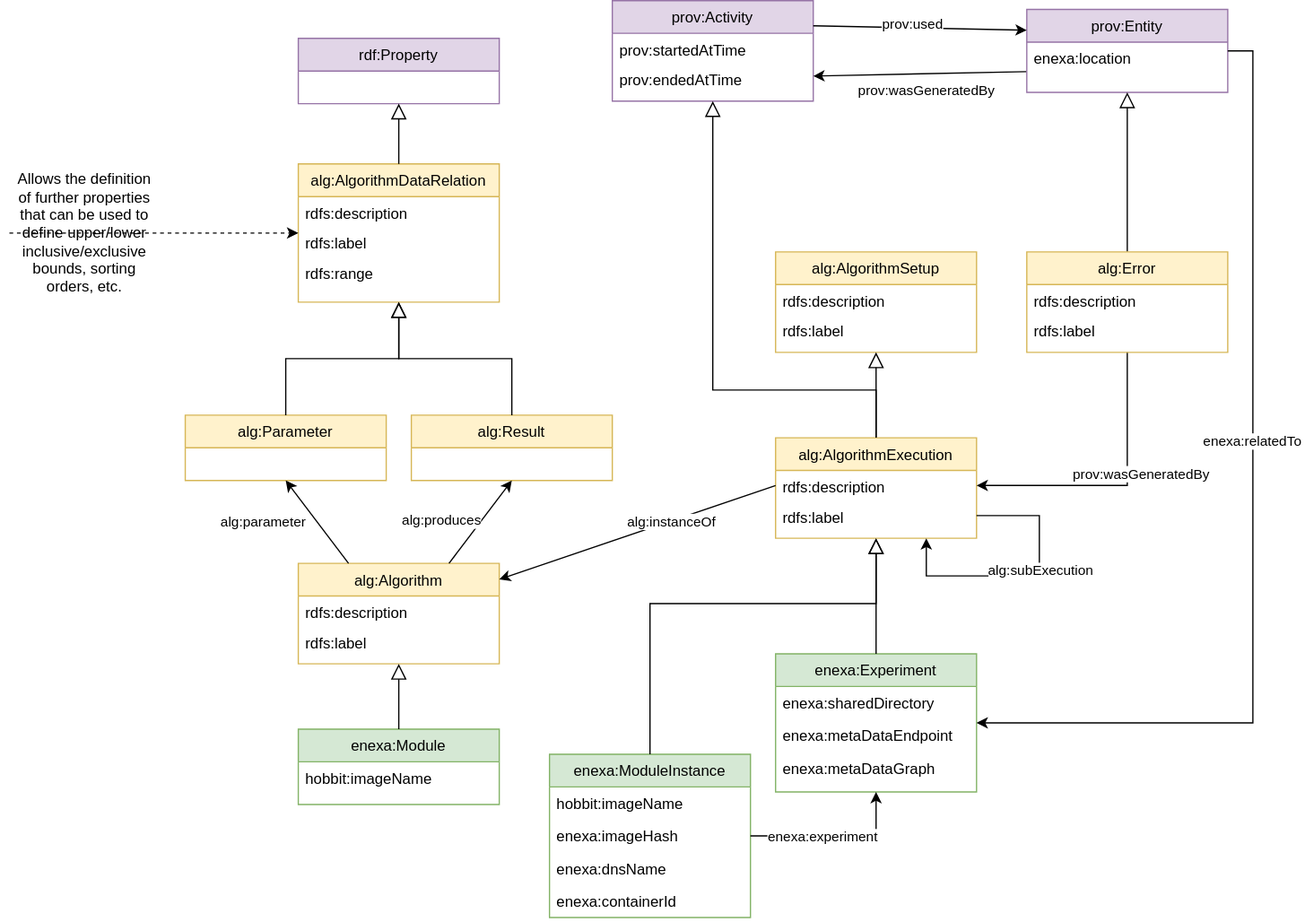
This is images/ENEXA-Ontology.svg from EnexaProject/documentation, a draw.io export, as it was before one commit. Source tidied: cells renumbered, new cells last; positions are measured from the earlier drawing's top-left corner, leaving out a move shared by most shapes. Its diagram source:
```xml
<mxGraphModel>
  <root>
    <mxCell id="0" />
    <mxCell id="1" parent="0" />
    <mxCell id="2" value="prov:Activity" style="swimlane;fontStyle=0;align=center;verticalAlign=top;horizontal=1;startSize=26;rounded=0;shadow=0;strokeWidth=1;fillColor=#e1d5e7;strokeColor=#9673a6;" parent="1" vertex="1">
      <mxGeometry x="480" width="160" height="80" as="geometry" />
    </mxCell>
    <mxCell id="3" value="prov:startedAtTime" style="text;align=left;verticalAlign=top;spacingLeft=4;spacingRight=4;overflow=hidden;" parent="2" vertex="1">
      <mxGeometry y="26" width="160" height="24" as="geometry" />
    </mxCell>
    <mxCell id="4" value="prov:endedAtTime" style="text;align=left;verticalAlign=top;spacingLeft=4;spacingRight=4;overflow=hidden;" parent="2" vertex="1">
      <mxGeometry y="50" width="160" height="24" as="geometry" />
    </mxCell>
    <mxCell id="5" style="edgeStyle=none;rounded=0;jettySize=auto;html=1;exitX=0;exitY=0.75;exitDx=0;exitDy=0;entryX=1;entryY=0.75;entryDx=0;entryDy=0;" parent="1" edge="1" source="7" target="2">
      <mxGeometry relative="1" as="geometry" />
    </mxCell>
    <mxCell id="6" value="prov:wasGeneratedBy" style="edgeLabel;html=1;align=center;verticalAlign=middle;" parent="5" vertex="1">
      <mxGeometry x="-0.38" y="1" relative="1" as="geometry">
        <mxPoint x="-28" y="13" as="offset" />
      </mxGeometry>
    </mxCell>
    <mxCell id="7" value="prov:Entity" style="swimlane;fontStyle=0;align=center;verticalAlign=top;horizontal=1;startSize=26;rounded=0;shadow=0;strokeWidth=1;fillColor=#e1d5e7;strokeColor=#9673a6;" parent="1" vertex="1">
      <mxGeometry x="810" y="7" width="160" height="66" as="geometry" />
    </mxCell>
    <mxCell id="8" value="enexa:location" style="text;align=left;verticalAlign=top;spacingLeft=4;spacingRight=4;overflow=hidden;" parent="7" vertex="1">
      <mxGeometry y="26" width="160" height="24" as="geometry" />
    </mxCell>
    <mxCell id="9" value="alg:Algorithm" style="swimlane;fontStyle=0;align=center;verticalAlign=top;horizontal=1;startSize=26;rounded=0;shadow=0;strokeWidth=1;fillColor=#fff2cc;strokeColor=#d6b656;" parent="1" vertex="1">
      <mxGeometry x="230" y="448" width="160" height="80" as="geometry" />
    </mxCell>
    <mxCell id="10" value="rdfs:description" style="text;align=left;verticalAlign=top;spacingLeft=4;spacingRight=4;overflow=hidden;" parent="9" vertex="1">
      <mxGeometry y="26" width="160" height="24" as="geometry" />
    </mxCell>
    <mxCell id="11" value="rdfs:label" style="text;align=left;verticalAlign=top;spacingLeft=4;spacingRight=4;overflow=hidden;" parent="9" vertex="1">
      <mxGeometry y="50" width="160" height="24" as="geometry" />
    </mxCell>
    <mxCell id="12" value="alg:Parameter" style="swimlane;fontStyle=0;align=center;verticalAlign=top;horizontal=1;startSize=26;rounded=0;shadow=0;strokeWidth=1;fillColor=#fff2cc;strokeColor=#d6b656;" parent="1" vertex="1">
      <mxGeometry x="140" y="330" width="160" height="52" as="geometry" />
    </mxCell>
    <mxCell id="13" value="alg:Result" style="swimlane;fontStyle=0;align=center;verticalAlign=top;horizontal=1;startSize=26;rounded=0;shadow=0;strokeWidth=1;fillColor=#fff2cc;strokeColor=#d6b656;" parent="1" vertex="1">
      <mxGeometry x="320" y="330" width="160" height="52" as="geometry" />
    </mxCell>
    <mxCell id="14" value="alg:AlgorithmDataRelation" style="swimlane;fontStyle=0;align=center;verticalAlign=top;horizontal=1;startSize=26;rounded=0;shadow=0;strokeWidth=1;fillColor=#fff2cc;strokeColor=#d6b656;" parent="1" vertex="1">
      <mxGeometry x="230" y="130" width="160" height="110" as="geometry" />
    </mxCell>
    <mxCell id="15" value="rdfs:description" style="text;align=left;verticalAlign=top;spacingLeft=4;spacingRight=4;overflow=hidden;" parent="14" vertex="1">
      <mxGeometry y="26" width="160" height="24" as="geometry" />
    </mxCell>
    <mxCell id="16" value="rdfs:label" style="text;align=left;verticalAlign=top;spacingLeft=4;spacingRight=4;overflow=hidden;" parent="14" vertex="1">
      <mxGeometry y="50" width="160" height="24" as="geometry" />
    </mxCell>
    <mxCell id="17" value="rdfs:range" style="text;align=left;verticalAlign=top;spacingLeft=4;spacingRight=4;overflow=hidden;" parent="14" vertex="1">
      <mxGeometry y="74" width="160" height="24" as="geometry" />
    </mxCell>
    <mxCell id="18" style="edgeStyle=none;rounded=0;jettySize=auto;html=1;exitX=0.75;exitY=0;exitDx=0;exitDy=0;entryX=0.5;entryY=1;entryDx=0;entryDy=0;" parent="1" edge="1" source="9" target="13">
      <mxGeometry relative="1" as="geometry" />
    </mxCell>
    <mxCell id="19" value="alg:produces" style="edgeLabel;html=1;align=center;verticalAlign=middle;" parent="18" vertex="1">
      <mxGeometry x="-0.24" relative="1" as="geometry">
        <mxPoint x="-25" y="-10" as="offset" />
      </mxGeometry>
    </mxCell>
    <mxCell id="20" style="edgeStyle=none;rounded=0;jettySize=auto;html=1;exitX=0.25;exitY=0;exitDx=0;exitDy=0;entryX=0.5;entryY=1;entryDx=0;entryDy=0;" parent="1" edge="1" source="9" target="12">
      <mxGeometry relative="1" as="geometry" />
    </mxCell>
    <mxCell id="21" value="alg:parameter" style="edgeLabel;html=1;align=center;verticalAlign=middle;" parent="20" vertex="1">
      <mxGeometry x="-0.35" relative="1" as="geometry">
        <mxPoint x="-52" y="-12" as="offset" />
      </mxGeometry>
    </mxCell>
    <mxCell id="22" style="endArrow=block;endSize=10;endFill=0;shadow=0;strokeWidth=1;rounded=0;edgeStyle=elbowEdgeStyle;elbow=vertical;exitX=0.5;exitY=0;exitDx=0;exitDy=0;" parent="1" edge="1" source="25" target="2">
      <mxGeometry relative="1" as="geometry">
        <Array as="points">
          <mxPoint x="560" y="310" />
        </Array>
      </mxGeometry>
    </mxCell>
    <mxCell id="23" style="endArrow=block;endSize=10;endFill=0;shadow=0;strokeWidth=1;rounded=0;edgeStyle=elbowEdgeStyle;elbow=vertical;exitX=0.5;exitY=0;exitDx=0;exitDy=0;entryX=0.5;entryY=1;entryDx=0;entryDy=0;" parent="1" edge="1" source="13" target="14">
      <mxGeometry relative="1" as="geometry" />
    </mxCell>
    <mxCell id="24" style="endArrow=block;endSize=10;endFill=0;shadow=0;strokeWidth=1;rounded=0;edgeStyle=elbowEdgeStyle;elbow=vertical;exitX=0.5;exitY=0;exitDx=0;exitDy=0;entryX=0.5;entryY=1;entryDx=0;entryDy=0;" parent="1" edge="1" source="12" target="14">
      <mxGeometry relative="1" as="geometry" />
    </mxCell>
    <mxCell id="25" value="alg:AlgorithmExecution" style="swimlane;fontStyle=0;align=center;verticalAlign=top;horizontal=1;startSize=26;rounded=0;shadow=0;strokeWidth=1;fillColor=#fff2cc;strokeColor=#d6b656;" parent="1" vertex="1">
      <mxGeometry x="610" y="348" width="160" height="80" as="geometry" />
    </mxCell>
    <mxCell id="26" value="rdfs:description" style="text;align=left;verticalAlign=top;spacingLeft=4;spacingRight=4;overflow=hidden;points=[[0,0.5],[1,0.5]];portConstraint=eastwest;" parent="25" vertex="1">
      <mxGeometry y="26" width="160" height="24" as="geometry" />
    </mxCell>
    <mxCell id="27" value="rdfs:label" style="text;align=left;verticalAlign=top;spacingLeft=4;spacingRight=4;overflow=hidden;points=[[0,0.5],[1,0.5]];portConstraint=eastwest;" parent="25" vertex="1">
      <mxGeometry y="50" width="160" height="24" as="geometry" />
    </mxCell>
    <mxCell id="28" style="edgeStyle=orthogonalEdgeStyle;rounded=0;jettySize=auto;html=1;entryX=0.75;entryY=1;entryDx=0;entryDy=0;exitX=1;exitY=0.5;exitDx=0;exitDy=0;" parent="25" edge="1" source="27" target="25">
      <mxGeometry relative="1" as="geometry">
        <Array as="points">
          <mxPoint x="210" y="62" />
          <mxPoint x="210" y="110" />
          <mxPoint x="120" y="110" />
        </Array>
      </mxGeometry>
    </mxCell>
    <mxCell id="29" value="alg:subExecution" style="edgeLabel;html=1;align=center;verticalAlign=middle;" parent="28" vertex="1">
      <mxGeometry x="-0.15" relative="1" as="geometry" />
    </mxCell>
    <mxCell id="30" style="edgeStyle=none;rounded=0;jettySize=auto;html=1;exitX=0;exitY=0.5;exitDx=0;exitDy=0;" parent="1" edge="1" source="26" target="9">
      <mxGeometry relative="1" as="geometry" />
    </mxCell>
    <mxCell id="31" value="alg:instanceOf" style="edgeLabel;html=1;align=center;verticalAlign=middle;" parent="30" vertex="1">
      <mxGeometry x="-0.24" relative="1" as="geometry" />
    </mxCell>
    <mxCell id="32" value="rdf:Property" style="swimlane;fontStyle=0;align=center;verticalAlign=top;horizontal=1;startSize=26;rounded=0;shadow=0;strokeWidth=1;fillColor=#e1d5e7;strokeColor=#9673a6;" parent="1" vertex="1">
      <mxGeometry x="230" y="30" width="160" height="52" as="geometry" />
    </mxCell>
    <mxCell id="33" style="endArrow=block;endSize=10;endFill=0;shadow=0;strokeWidth=1;rounded=0;edgeStyle=elbowEdgeStyle;elbow=vertical;exitX=0.5;exitY=0;exitDx=0;exitDy=0;entryX=0.5;entryY=1;entryDx=0;entryDy=0;" parent="1" edge="1" source="14" target="32">
      <mxGeometry relative="1" as="geometry" />
    </mxCell>
    <mxCell id="34" value="alg:AlgorithmSetup" style="swimlane;fontStyle=0;align=center;verticalAlign=top;horizontal=1;startSize=26;rounded=0;shadow=0;strokeWidth=1;fillColor=#fff2cc;strokeColor=#d6b656;" parent="1" vertex="1">
      <mxGeometry x="610" y="200" width="160" height="80" as="geometry" />
    </mxCell>
    <mxCell id="35" value="rdfs:description" style="text;align=left;verticalAlign=top;spacingLeft=4;spacingRight=4;overflow=hidden;" parent="34" vertex="1">
      <mxGeometry y="26" width="160" height="24" as="geometry" />
    </mxCell>
    <mxCell id="36" value="rdfs:label" style="text;align=left;verticalAlign=top;spacingLeft=4;spacingRight=4;overflow=hidden;" parent="34" vertex="1">
      <mxGeometry y="50" width="160" height="24" as="geometry" />
    </mxCell>
    <mxCell id="37" style="endArrow=block;endSize=10;endFill=0;shadow=0;strokeWidth=1;rounded=0;edgeStyle=elbowEdgeStyle;elbow=vertical;exitX=0.5;exitY=0;exitDx=0;exitDy=0;entryX=0.5;entryY=1;entryDx=0;entryDy=0;" parent="1" edge="1" source="25" target="34">
      <mxGeometry relative="1" as="geometry">
        <Array as="points">
          <mxPoint x="690" y="330" />
        </Array>
      </mxGeometry>
    </mxCell>
    <mxCell id="38" style="rounded=0;jettySize=auto;html=1;exitX=0;exitY=0.5;exitDx=0;exitDy=0;dashed=1;" parent="1" edge="1" source="39" target="14">
      <mxGeometry relative="1" as="geometry" />
    </mxCell>
    <mxCell id="39" value="Allows the definition of further properties that can be used to define upper/lower inclusive/exclusive bounds, sorting orders, etc." style="text;html=1;strokeColor=none;fillColor=none;align=center;verticalAlign=middle;whiteSpace=wrap;rounded=0;" parent="1" vertex="1">
      <mxGeometry y="170" width="120" height="30" as="geometry" />
    </mxCell>
    <mxCell id="40" value="enexa:Module" style="swimlane;fontStyle=0;align=center;verticalAlign=top;horizontal=1;startSize=26;rounded=0;shadow=0;strokeWidth=1;fillColor=#d5e8d4;strokeColor=#82b366;" parent="1" vertex="1">
      <mxGeometry x="230" y="580" width="160" height="60" as="geometry" />
    </mxCell>
    <mxCell id="41" value="hobbit:imageName" style="text;align=left;verticalAlign=top;spacingLeft=4;spacingRight=4;overflow=hidden;" parent="40" vertex="1">
      <mxGeometry y="26" width="160" height="26" as="geometry" />
    </mxCell>
    <mxCell id="42" value="enexa:Experiment" style="swimlane;fontStyle=0;align=center;verticalAlign=top;horizontal=1;startSize=26;rounded=0;shadow=0;strokeWidth=1;fillColor=#d5e8d4;strokeColor=#82b366;" parent="1" vertex="1">
      <mxGeometry x="610" y="520" width="160" height="110" as="geometry" />
    </mxCell>
    <mxCell id="43" value="enexa:sharedDirectory" style="text;align=left;verticalAlign=top;spacingLeft=4;spacingRight=4;overflow=hidden;" parent="42" vertex="1">
      <mxGeometry y="26" width="160" height="26" as="geometry" />
    </mxCell>
    <mxCell id="44" value="enexa:metaDataEndpoint" style="text;align=left;verticalAlign=top;spacingLeft=4;spacingRight=4;overflow=hidden;rounded=0;shadow=0;html=0;" parent="42" vertex="1">
      <mxGeometry y="52" width="160" height="26" as="geometry" />
    </mxCell>
    <mxCell id="45" value="enexa:metaDataGraph" style="text;align=left;verticalAlign=top;spacingLeft=4;spacingRight=4;overflow=hidden;rounded=0;shadow=0;html=0;" parent="42" vertex="1">
      <mxGeometry y="78" width="160" height="26" as="geometry" />
    </mxCell>
    <mxCell id="46" style="endArrow=block;endSize=10;endFill=0;shadow=0;strokeWidth=1;rounded=0;edgeStyle=elbowEdgeStyle;elbow=vertical;exitX=0.5;exitY=0;exitDx=0;exitDy=0;entryX=0.5;entryY=1;entryDx=0;entryDy=0;" parent="1" edge="1" source="42" target="25">
      <mxGeometry relative="1" as="geometry">
        <Array as="points">
          <mxPoint x="700" y="470" />
        </Array>
      </mxGeometry>
    </mxCell>
    <mxCell id="47" style="endArrow=block;endSize=10;endFill=0;shadow=0;strokeWidth=1;rounded=0;edgeStyle=elbowEdgeStyle;elbow=vertical;exitX=0.5;exitY=0;exitDx=0;exitDy=0;entryX=0.5;entryY=1;entryDx=0;entryDy=0;" parent="1" edge="1" source="40" target="9">
      <mxGeometry relative="1" as="geometry" />
    </mxCell>
    <mxCell id="48" value="enexa:ModuleInstance" style="swimlane;fontStyle=0;align=center;verticalAlign=top;horizontal=1;startSize=26;rounded=0;shadow=0;strokeWidth=1;fillColor=#d5e8d4;strokeColor=#82b366;" parent="1" vertex="1">
      <mxGeometry x="430" y="600" width="160" height="130" as="geometry" />
    </mxCell>
    <mxCell id="49" value="hobbit:imageName" style="text;align=left;verticalAlign=top;spacingLeft=4;spacingRight=4;overflow=hidden;" parent="48" vertex="1">
      <mxGeometry y="26" width="160" height="26" as="geometry" />
    </mxCell>
    <mxCell id="50" value="enexa:imageHash" style="text;align=left;verticalAlign=top;spacingLeft=4;spacingRight=4;overflow=hidden;points=[[0,0.5],[1,0.5]];portConstraint=eastwest;rounded=0;shadow=0;html=0;" parent="48" vertex="1">
      <mxGeometry y="52" width="160" height="26" as="geometry" />
    </mxCell>
    <mxCell id="51" value="enexa:dnsName" style="text;align=left;verticalAlign=top;spacingLeft=4;spacingRight=4;overflow=hidden;rounded=0;shadow=0;html=0;" parent="48" vertex="1">
      <mxGeometry y="78" width="160" height="26" as="geometry" />
    </mxCell>
    <mxCell id="52" value="enexa:containerId" style="text;align=left;verticalAlign=top;spacingLeft=4;spacingRight=4;overflow=hidden;rounded=0;shadow=0;html=0;" parent="48" vertex="1">
      <mxGeometry y="104" width="160" height="26" as="geometry" />
    </mxCell>
    <mxCell id="53" style="edgeStyle=none;rounded=0;jettySize=auto;html=1;entryX=0;entryY=0.25;entryDx=0;entryDy=0;exitX=1;exitY=0.25;exitDx=0;exitDy=0;" parent="1" edge="1" source="2" target="7">
      <mxGeometry relative="1" as="geometry" />
    </mxCell>
    <mxCell id="54" value="prov:used" style="edgeLabel;html=1;align=center;verticalAlign=middle;" parent="53" vertex="1">
      <mxGeometry x="-0.35" relative="1" as="geometry">
        <mxPoint x="24" y="-3" as="offset" />
      </mxGeometry>
    </mxCell>
    <mxCell id="55" style="endArrow=block;endSize=10;endFill=0;shadow=0;strokeWidth=1;rounded=0;edgeStyle=elbowEdgeStyle;elbow=vertical;exitX=0.5;exitY=0;exitDx=0;exitDy=0;entryX=0.5;entryY=1;entryDx=0;entryDy=0;" parent="1" edge="1" source="48" target="25">
      <mxGeometry relative="1" as="geometry">
        <Array as="points">
          <mxPoint x="600" y="480" />
        </Array>
      </mxGeometry>
    </mxCell>
    <mxCell id="56" style="edgeStyle=orthogonalEdgeStyle;rounded=0;jettySize=auto;html=1;entryX=0.5;entryY=1;entryDx=0;entryDy=0;exitX=1;exitY=0.5;exitDx=0;exitDy=0;" parent="1" edge="1" source="50" target="42">
      <mxGeometry relative="1" as="geometry">
        <Array as="points">
          <mxPoint x="690" y="665" />
        </Array>
      </mxGeometry>
    </mxCell>
    <mxCell id="57" value="enexa:experiment&amp;nbsp;" style="edgeLabel;html=1;align=center;verticalAlign=middle;" parent="56" vertex="1">
      <mxGeometry x="-0.15" relative="1" as="geometry" />
    </mxCell>
    <mxCell id="58" style="endArrow=block;endSize=10;endFill=0;shadow=0;strokeWidth=1;rounded=0;edgeStyle=elbowEdgeStyle;elbow=vertical;exitX=0.5;exitY=0;exitDx=0;exitDy=0;entryX=0.5;entryY=1;entryDx=0;entryDy=0;" parent="1" edge="1" source="63" target="7">
      <mxGeometry relative="1" as="geometry">
        <Array as="points">
          <mxPoint x="920" y="180" />
        </Array>
      </mxGeometry>
    </mxCell>
    <mxCell id="59" style="edgeStyle=orthogonalEdgeStyle;rounded=0;jettySize=auto;html=1;entryX=1;entryY=0.5;entryDx=0;entryDy=0;exitX=0.5;exitY=1;exitDx=0;exitDy=0;" parent="1" edge="1" source="63" target="26">
      <mxGeometry relative="1" as="geometry">
        <Array as="points">
          <mxPoint x="890" y="386" />
        </Array>
      </mxGeometry>
    </mxCell>
    <mxCell id="60" value="prov:wasGeneratedBy" style="edgeLabel;html=1;align=center;verticalAlign=middle;" parent="59" vertex="1">
      <mxGeometry x="-0.15" relative="1" as="geometry">
        <mxPoint x="10" as="offset" />
      </mxGeometry>
    </mxCell>
    <mxCell id="61" style="edgeStyle=orthogonalEdgeStyle;rounded=0;jettySize=auto;html=1;exitX=1;exitY=0.5;exitDx=0;exitDy=0;" parent="1" edge="1" source="7" target="42">
      <mxGeometry relative="1" as="geometry">
        <Array as="points">
          <mxPoint x="990" y="40" />
          <mxPoint x="990" y="575" />
        </Array>
      </mxGeometry>
    </mxCell>
    <mxCell id="62" value="enexa:relatedTo&amp;nbsp;" style="edgeLabel;html=1;align=center;verticalAlign=middle;" parent="61" vertex="1">
      <mxGeometry x="-0.15" relative="1" as="geometry" />
    </mxCell>
    <mxCell id="63" value="alg:Error" style="swimlane;fontStyle=0;align=center;verticalAlign=top;horizontal=1;startSize=26;rounded=0;shadow=0;strokeWidth=1;fillColor=#fff2cc;strokeColor=#d6b656;" parent="1" vertex="1">
      <mxGeometry x="810" y="200" width="160" height="80" as="geometry" />
    </mxCell>
    <mxCell id="64" value="rdfs:description" style="text;align=left;verticalAlign=top;spacingLeft=4;spacingRight=4;overflow=hidden;" parent="63" vertex="1">
      <mxGeometry y="26" width="160" height="24" as="geometry" />
    </mxCell>
    <mxCell id="65" value="rdfs:label" style="text;align=left;verticalAlign=top;spacingLeft=4;spacingRight=4;overflow=hidden;" parent="63" vertex="1">
      <mxGeometry y="50" width="160" height="24" as="geometry" />
    </mxCell>
  </root>
</mxGraphModel>
```
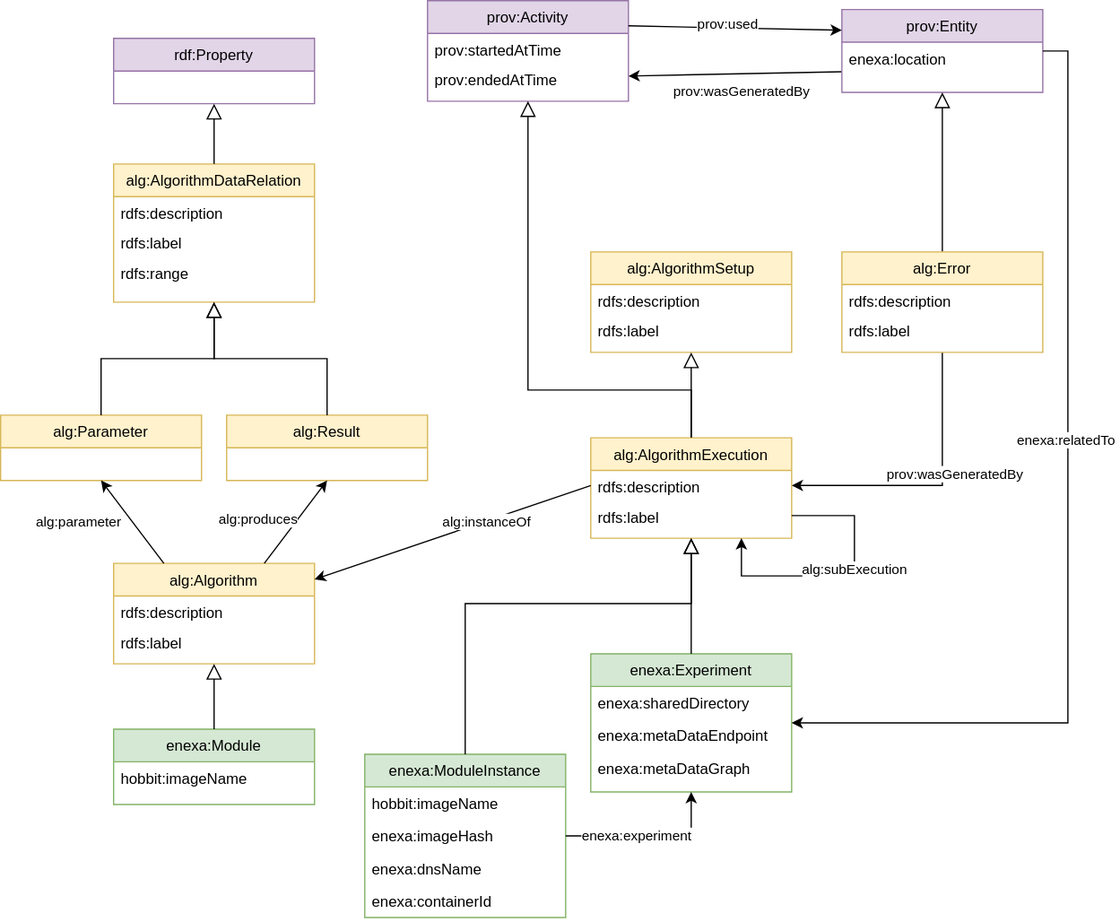
After the commit.

Diff of the diagram source:
```diff
@@ -130,12 +130,6 @@
         </Array>
       </mxGeometry>
     </mxCell>
-    <mxCell id="38" style="rounded=0;jettySize=auto;html=1;exitX=0;exitY=0.5;exitDx=0;exitDy=0;dashed=1;" parent="1" edge="1" source="39" target="14">
-      <mxGeometry relative="1" as="geometry" />
-    </mxCell>
-    <mxCell id="39" value="Allows the definition of further properties that can be used to define upper/lower inclusive/exclusive bounds, sorting orders, etc." style="text;html=1;strokeColor=none;fillColor=none;align=center;verticalAlign=middle;whiteSpace=wrap;rounded=0;" parent="1" vertex="1">
-      <mxGeometry y="170" width="120" height="30" as="geometry" />
-    </mxCell>
     <mxCell id="40" value="enexa:Module" style="swimlane;fontStyle=0;align=center;verticalAlign=top;horizontal=1;startSize=26;rounded=0;shadow=0;strokeWidth=1;fillColor=#d5e8d4;strokeColor=#82b366;" parent="1" vertex="1">
       <mxGeometry x="230" y="580" width="160" height="60" as="geometry" />
     </mxCell>
```
